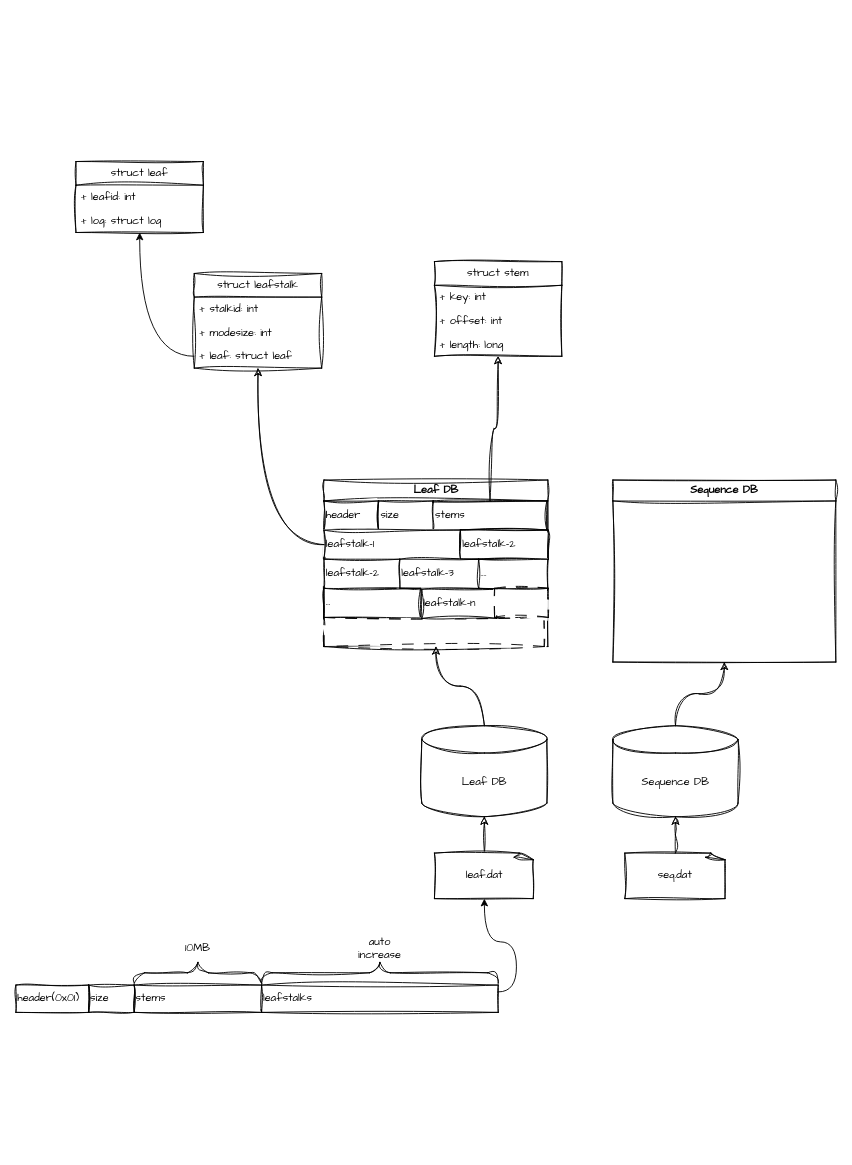
Above: Untitled Diagram.drawio in LukeAtTheWorld/LUKE (draw.io), before the change. Source tidied: cells renumbered, new cells numbered last; positions are measured from the earlier drawing's top-left corner, leaving out a move shared by most shapes. Both pictures are drawn from the tidied source at 91%, with x=0, y=0 at pixel (15, 161).
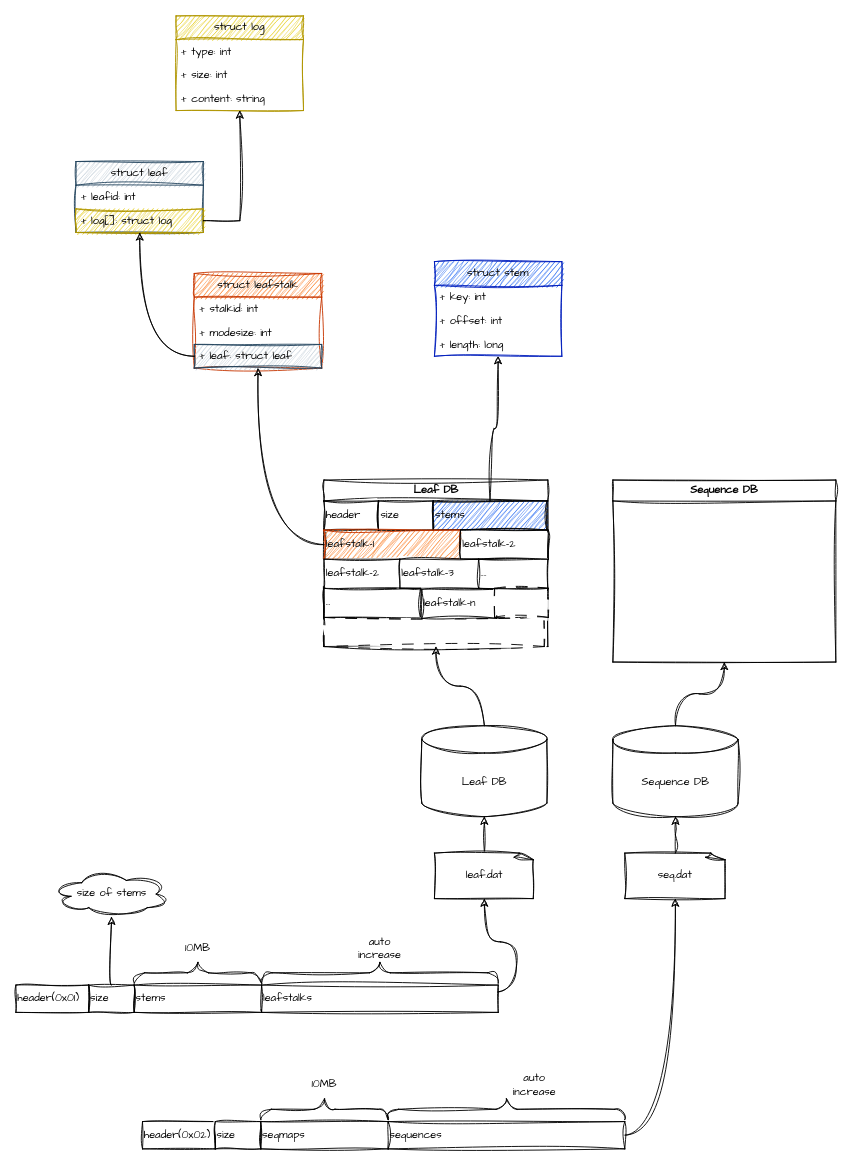
The same diagram, later.

The change refers to these unchanged cells:
```xml
<mxCell id="2" value="Leaf DB" style="swimlane;whiteSpace=wrap;html=1;sketch=1;curveFitting=1;jiggle=2;shadow=0;fontFamily=Comic Sans MS;" parent="1" vertex="1">
  <mxGeometry x="338.5" y="350" width="246" height="183" as="geometry" />
</mxCell>
<mxCell id="19" value="leaf.dat" style="whiteSpace=wrap;html=1;shape=mxgraph.basic.document;align=center;horizontal=1;labelBorderColor=none;sketch=1;curveFitting=1;jiggle=2;shadow=0;fontFamily=Comic Sans MS;" parent="1" vertex="1">
  <mxGeometry x="459.9" y="760" width="109.7" height="50" as="geometry" />
</mxCell>
<mxCell id="21" value="seq.dat" style="whiteSpace=wrap;html=1;shape=mxgraph.basic.document;align=center;sketch=1;curveFitting=1;jiggle=2;shadow=0;fontFamily=Comic Sans MS;" parent="1" vertex="1">
  <mxGeometry x="669.1" y="760" width="111.2" height="50" as="geometry" />
</mxCell>
<mxCell id="29" value="size" style="rounded=0;whiteSpace=wrap;html=1;align=left;fontFamily=Comic Sans MS;sketch=1;curveFitting=1;jiggle=2;" parent="1" vertex="1">
  <mxGeometry x="80" y="905" width="50" height="30" as="geometry" />
</mxCell>
<mxCell id="34" value="leafstalks" style="rounded=0;whiteSpace=wrap;html=1;align=left;fontFamily=Comic Sans MS;sketch=1;curveFitting=1;jiggle=2;" parent="1" vertex="1">
  <mxGeometry x="270" y="905" width="260" height="30" as="geometry" />
</mxCell>
```

Change to the diagram source:
```diff
@@
-    <mxCell id="5" value="stems" style="rounded=0;whiteSpace=wrap;html=1;align=left;sketch=1;curveFitting=1;jiggle=2;shadow=0;fontFamily=Comic Sans MS;" parent="2" vertex="1">
+    <mxCell id="5" value="stems" style="rounded=0;whiteSpace=wrap;html=1;align=left;sketch=1;curveFitting=1;jiggle=2;shadow=0;fontFamily=Comic Sans MS;fillColor=#0050ef;fontColor=#000000;strokeColor=#000000;" parent="2" vertex="1">
       <mxGeometry x="120" y="23" width="125" height="32" as="geometry" />
     </mxCell>
-    <mxCell id="6" value="leafstalk-1" style="rounded=0;whiteSpace=wrap;html=1;align=left;sketch=1;curveFitting=1;jiggle=2;shadow=0;fontFamily=Comic Sans MS;" parent="2" vertex="1">
+    <mxCell id="6" value="leafstalk-1" style="rounded=0;whiteSpace=wrap;html=1;align=left;sketch=1;curveFitting=1;jiggle=2;shadow=0;fontFamily=Comic Sans MS;fillColor=#fa6800;fontColor=#000000;strokeColor=#C73500;" parent="2" vertex="1">
       <mxGeometry y="55" width="150" height="32" as="geometry" />
     </mxCell>
@@
-    <mxCell id="24" value="struct stem" style="swimlane;fontStyle=0;horizontal=1;startSize=26;fillColor=none;whiteSpace=wrap;html=1;sketch=1;curveFitting=1;jiggle=2;fontFamily=Comic Sans MS;" parent="1" vertex="1">
+    <mxCell id="24" value="struct stem" style="swimlane;fontStyle=0;horizontal=1;startSize=26;fillColor=#0050ef;whiteSpace=wrap;html=1;sketch=1;curveFitting=1;jiggle=2;fontFamily=Comic Sans MS;fontColor=#000000;strokeColor=#001DBC;" parent="1" vertex="1">
       <mxGeometry x="459.9" y="110" width="140" height="104" as="geometry" />
     </mxCell>
@@
+    <mxCell id="47" style="edgeStyle=orthogonalEdgeStyle;rounded=0;jettySize=auto;html=1;sketch=1;curveFitting=1;jiggle=2;curved=1;" parent="1" edge="1" source="29" target="62">
+      <mxGeometry relative="1" as="geometry" />
+    </mxCell>
@@
-    <mxCell id="33" style="edgeStyle=orthogonalEdgeStyle;rounded=0;jettySize=auto;html=1;entryX=0.5;entryY=1;entryDx=0;entryDy=0;entryPerimeter=0;curved=1;exitX=1;exitY=0.25;exitDx=0;exitDy=0;" parent="1" edge="1" source="34" target="19">
+    <mxCell id="33" style="edgeStyle=orthogonalEdgeStyle;rounded=0;jettySize=auto;html=1;entryX=0.5;entryY=1;entryDx=0;entryDy=0;entryPerimeter=0;curved=1;exitX=1;exitY=0.25;exitDx=0;exitDy=0;sketch=1;curveFitting=1;jiggle=2;" parent="1" edge="1" source="34" target="19">
       <mxGeometry relative="1" as="geometry" />
     </mxCell>
@@
-    <mxCell id="37" value="struct leafstalk" style="swimlane;fontStyle=0;horizontal=1;startSize=26;fillColor=none;whiteSpace=wrap;html=1;sketch=1;curveFitting=1;jiggle=2;fontFamily=Comic Sans MS;" parent="1" vertex="1">
+    <mxCell id="37" value="struct leafstalk" style="swimlane;fontStyle=0;horizontal=1;startSize=26;fillColor=#fa6800;whiteSpace=wrap;html=1;sketch=1;curveFitting=1;jiggle=2;fontFamily=Comic Sans MS;fontColor=#000000;strokeColor=#C73500;" parent="1" vertex="1">
       <mxGeometry x="196" y="123" width="140" height="104" as="geometry" />
     </mxCell>
@@
-    <mxCell id="40" value="+ leaf: struct leaf" style="text;strokeColor=none;fillColor=none;align=left;verticalAlign=top;spacingLeft=4;spacingRight=4;overflow=hidden;points=[[0,0.5],[1,0.5]];portConstraint=eastwest;whiteSpace=wrap;html=1;sketch=1;curveFitting=1;jiggle=2;fontFamily=Comic Sans MS;" parent="37" vertex="1">
+    <mxCell id="40" value="+ leaf: struct leaf" style="text;strokeColor=#23445d;fillColor=#bac8d3;align=left;verticalAlign=top;spacingLeft=4;spacingRight=4;overflow=hidden;points=[[0,0.5],[1,0.5]];portConstraint=eastwest;whiteSpace=wrap;html=1;sketch=1;curveFitting=1;jiggle=2;fontFamily=Comic Sans MS;" parent="37" vertex="1">
       <mxGeometry y="78" width="140" height="26" as="geometry" />
     </mxCell>
@@
-    <mxCell id="43" value="struct leaf" style="swimlane;fontStyle=0;horizontal=1;startSize=26;fillColor=none;whiteSpace=wrap;html=1;sketch=1;curveFitting=1;jiggle=2;fontFamily=Comic Sans MS;" parent="1" vertex="1">
+    <mxCell id="43" value="struct leaf" style="swimlane;fontStyle=0;horizontal=1;startSize=26;fillColor=#bac8d3;whiteSpace=wrap;html=1;sketch=1;curveFitting=1;jiggle=2;fontFamily=Comic Sans MS;strokeColor=#23445d;fillStyle=auto;" parent="1" vertex="1">
       <mxGeometry x="66" width="140" height="78" as="geometry" />
     </mxCell>
@@
-    <mxCell id="45" value="+ log: struct log" style="text;strokeColor=none;fillColor=none;align=left;verticalAlign=top;spacingLeft=4;spacingRight=4;overflow=hidden;points=[[0,0.5],[1,0.5]];portConstraint=eastwest;whiteSpace=wrap;html=1;sketch=1;curveFitting=1;jiggle=2;fontFamily=Comic Sans MS;" parent="43" vertex="1">
+    <mxCell id="45" value="+ log[]: struct log" style="text;strokeColor=#B09500;fillColor=#e3c800;align=left;verticalAlign=top;spacingLeft=4;spacingRight=4;overflow=hidden;points=[[0,0.5],[1,0.5]];portConstraint=eastwest;whiteSpace=wrap;html=1;sketch=1;curveFitting=1;jiggle=2;fontFamily=Comic Sans MS;fontColor=#000000;" parent="43" vertex="1">
       <mxGeometry y="52" width="140" height="26" as="geometry" />
     </mxCell>
-    <mxCell id="46" style="edgeStyle=orthogonalEdgeStyle;rounded=0;jettySize=auto;html=1;curved=1;" parent="1" edge="1" source="40" target="43">
+    <mxCell id="46" style="edgeStyle=orthogonalEdgeStyle;rounded=0;jettySize=auto;html=1;curved=1;sketch=1;curveFitting=1;jiggle=2;" parent="1" edge="1" source="40" target="43">
       <mxGeometry relative="1" as="geometry" />
     </mxCell>
+    <mxCell id="48" value="struct log" style="swimlane;fontStyle=0;horizontal=1;startSize=26;fillColor=#e3c800;whiteSpace=wrap;html=1;sketch=1;curveFitting=1;jiggle=2;fontFamily=Comic Sans MS;fontColor=#000000;strokeColor=#B09500;" parent="1" vertex="1">
+      <mxGeometry x="176" y="-160" width="140" height="104" as="geometry" />
+    </mxCell>
+    <mxCell id="49" value="+ type: int" style="text;strokeColor=none;fillColor=none;align=left;verticalAlign=top;spacingLeft=4;spacingRight=4;overflow=hidden;whiteSpace=wrap;html=1;sketch=1;curveFitting=1;jiggle=2;fontFamily=Comic Sans MS;" parent="48" vertex="1">
+      <mxGeometry y="26" width="140" height="26" as="geometry" />
+    </mxCell>
+    <mxCell id="50" value="+ size: int" style="text;strokeColor=none;fillColor=none;align=left;verticalAlign=top;spacingLeft=4;spacingRight=4;overflow=hidden;whiteSpace=wrap;html=1;sketch=1;curveFitting=1;jiggle=2;fontFamily=Comic Sans MS;" parent="48" vertex="1">
+      <mxGeometry y="52" width="140" height="26" as="geometry" />
+    </mxCell>
+    <mxCell id="51" value="+ content: string" style="text;strokeColor=none;fillColor=none;align=left;verticalAlign=top;spacingLeft=4;spacingRight=4;overflow=hidden;whiteSpace=wrap;html=1;sketch=1;curveFitting=1;jiggle=2;fontFamily=Comic Sans MS;" parent="48" vertex="1">
+      <mxGeometry y="78" width="140" height="26" as="geometry" />
+    </mxCell>
+    <mxCell id="52" style="edgeStyle=orthogonalEdgeStyle;rounded=0;jettySize=auto;html=1;sketch=1;curveFitting=1;jiggle=2;" parent="1" edge="1" source="45" target="48">
+      <mxGeometry relative="1" as="geometry" />
+    </mxCell>
+    <mxCell id="53" value="header(0x02)" style="rounded=0;whiteSpace=wrap;html=1;align=left;fontFamily=Comic Sans MS;sketch=1;curveFitting=1;jiggle=2;" parent="1" vertex="1">
+      <mxGeometry x="139.1" y="1055" width="80" height="30" as="geometry" />
+    </mxCell>
+    <mxCell id="54" value="size" style="rounded=0;whiteSpace=wrap;html=1;align=left;fontFamily=Comic Sans MS;sketch=1;curveFitting=1;jiggle=2;" parent="1" vertex="1">
+      <mxGeometry x="219.1" y="1055" width="50" height="30" as="geometry" />
+    </mxCell>
+    <mxCell id="55" value="seqmaps" style="rounded=0;whiteSpace=wrap;html=1;align=left;fontFamily=Comic Sans MS;sketch=1;curveFitting=1;jiggle=2;" parent="1" vertex="1">
+      <mxGeometry x="269.1" y="1055" width="140" height="30" as="geometry" />
+    </mxCell>
+    <mxCell id="56" style="verticalLabelPosition=bottom;shadow=0;dashed=0;align=center;html=1;verticalAlign=top;strokeWidth=1;shape=mxgraph.mockup.markup.curlyBrace;whiteSpace=wrap;strokeColor=#000000;fontFamily=Comic Sans MS;sketch=1;curveFitting=1;jiggle=2;" parent="1" vertex="1">
+      <mxGeometry x="269.1" y="1030" width="140" height="23" as="geometry" />
+    </mxCell>
+    <mxCell id="57" value="10MB" style="text;strokeColor=none;align=center;fillColor=none;html=1;verticalAlign=middle;whiteSpace=wrap;rounded=0;fontFamily=Comic Sans MS;sketch=1;curveFitting=1;jiggle=2;" parent="1" vertex="1">
+      <mxGeometry x="309.1" y="1000" width="60" height="30" as="geometry" />
+    </mxCell>
+    <mxCell id="58" style="edgeStyle=orthogonalEdgeStyle;rounded=0;jettySize=auto;html=1;curved=1;sketch=1;curveFitting=1;jiggle=2;exitX=1;exitY=0.5;exitDx=0;exitDy=0;" parent="1" edge="1" source="59" target="21">
+      <mxGeometry relative="1" as="geometry" />
+    </mxCell>
+    <mxCell id="59" value="sequences" style="rounded=0;whiteSpace=wrap;html=1;align=left;fontFamily=Comic Sans MS;sketch=1;curveFitting=1;jiggle=2;" parent="1" vertex="1">
+      <mxGeometry x="409.1" y="1055" width="260" height="30" as="geometry" />
+    </mxCell>
+    <mxCell id="60" style="verticalLabelPosition=bottom;shadow=0;dashed=0;align=center;html=1;verticalAlign=top;strokeWidth=1;shape=mxgraph.mockup.markup.curlyBrace;whiteSpace=wrap;strokeColor=#000000;fontFamily=Comic Sans MS;sketch=1;curveFitting=1;jiggle=2;" parent="1" vertex="1">
+      <mxGeometry x="409.1" y="1030" width="260" height="23" as="geometry" />
+    </mxCell>
+    <mxCell id="61" value="auto increase" style="text;strokeColor=none;align=center;fillColor=none;html=1;verticalAlign=middle;whiteSpace=wrap;rounded=0;fontFamily=Comic Sans MS;sketch=1;curveFitting=1;jiggle=2;" parent="1" vertex="1">
+      <mxGeometry x="539.9" y="1000" width="60" height="30" as="geometry" />
+    </mxCell>
+    <mxCell id="62" value="size of stems" style="ellipse;shape=cloud;whiteSpace=wrap;html=1;fontFamily=Comic Sans MS;align=center;rounded=0;sketch=1;curveFitting=1;jiggle=2;" parent="1" vertex="1">
+      <mxGeometry x="39.5" y="780" width="131" height="50" as="geometry" />
+    </mxCell>
```
